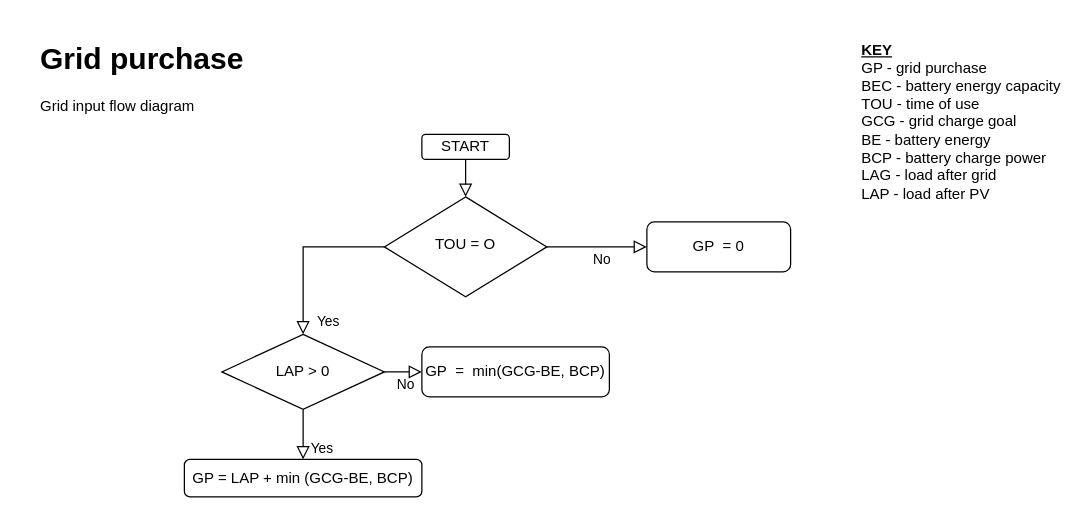
This is page "gridPurchase" (1 of 4) of offGridSimulator.drawio from hanbu62/diagrams, a draw.io file, before an edit. Source tidied: cells renumbered, new cells numbered last; positions are measured from the earlier drawing's top-left corner, leaving out a move shared by most shapes. Both pictures are drawn from the tidied source at 125%, with x=0, y=0 at pixel (34, 34).
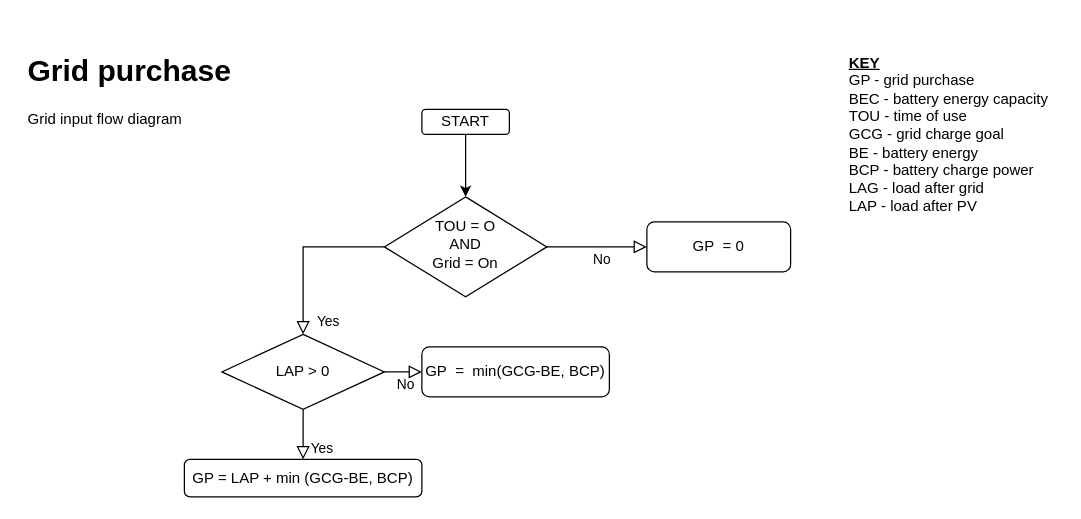
After the change.

What changed in the source:
```diff
@@
 <mxGraphModel>
   <root>
     <mxCell id="0" />
     <mxCell id="1" parent="0" />
-    <mxCell id="2" style="rounded=0;html=1;jettySize=auto;fontSize=11;endArrow=block;endFill=0;endSize=8;strokeWidth=1;shadow=0;labelBackgroundColor=none;edgeStyle=orthogonalEdgeStyle;exitX=0.5;exitY=1;exitDx=0;exitDy=0;" parent="1" edge="1" source="8" target="5">
-      <mxGeometry relative="1" as="geometry" />
-    </mxCell>
     <mxCell id="3" value="Yes" style="rounded=0;html=1;jettySize=auto;fontSize=11;endArrow=block;endFill=0;endSize=8;strokeWidth=1;shadow=0;labelBackgroundColor=none;edgeStyle=orthogonalEdgeStyle;entryX=0.5;entryY=0;entryDx=0;entryDy=0;exitX=0;exitY=0.5;exitDx=0;exitDy=0;" parent="1" edge="1" source="5" target="7">
       <mxGeometry x="0.85" y="20" relative="1" as="geometry">
         <Array as="points">
           <mxPoint x="215" y="170" />
         </Array>
       </mxGeometry>
     </mxCell>
     <mxCell id="4" value="No" style="edgeStyle=orthogonalEdgeStyle;rounded=0;html=1;jettySize=auto;fontSize=11;endArrow=block;endFill=0;endSize=8;strokeWidth=1;shadow=0;labelBackgroundColor=none;exitX=1;exitY=0.5;exitDx=0;exitDy=0;entryX=0;entryY=0.5;entryDx=0;entryDy=0;" parent="1" edge="1" source="5" target="9">
       <mxGeometry x="0.11" y="-10" relative="1" as="geometry" />
     </mxCell>
-    <mxCell id="5" value="TOU = O" style="rhombus;whiteSpace=wrap;html=1;shadow=0;fontFamily=Helvetica;fontSize=12;align=center;strokeWidth=1;spacing=6;spacingTop=-4;" parent="1" vertex="1">
+    <mxCell id="5" value="TOU = O&lt;br&gt;AND&lt;br&gt;Grid = On" style="rhombus;whiteSpace=wrap;html=1;shadow=0;fontFamily=Helvetica;fontSize=12;align=center;strokeWidth=1;spacing=6;spacingTop=-4;" parent="1" vertex="1">
       <mxGeometry x="280" y="130" width="130" height="80" as="geometry" />
     </mxCell>
     <mxCell id="6" value="Yes" style="edgeStyle=none;rounded=0;jettySize=auto;html=1;endArrow=block;endFill=0;startSize=6;endSize=8;" parent="1" edge="1" source="7" target="12">
       <mxGeometry x="0.56" y="15" relative="1" as="geometry" />
     </mxCell>
     <mxCell id="7" value="LAP &amp;gt; 0" style="rhombus;whiteSpace=wrap;html=1;" parent="1" vertex="1">
       <mxGeometry x="150" y="240" width="130" height="60" as="geometry" />
     </mxCell>
+    <mxCell id="15" style="edgeStyle=orthogonalEdgeStyle;rounded=0;jettySize=auto;html=1;" parent="1" edge="1" source="8">
+      <mxGeometry relative="1" as="geometry">
+        <mxPoint x="345" y="130" as="targetPoint" />
+      </mxGeometry>
+    </mxCell>
     <mxCell id="8" value="START" style="rounded=1;whiteSpace=wrap;html=1;" parent="1" vertex="1">
-      <mxGeometry x="310" y="80" width="70" height="20" as="geometry" />
+      <mxGeometry x="310" y="60" width="70" height="20" as="geometry" />
     </mxCell>
     <mxCell id="9" value="GP&amp;nbsp; = 0" style="rounded=1;whiteSpace=wrap;html=1;" parent="1" vertex="1">
       <mxGeometry x="490" y="150" width="115" height="40" as="geometry" />
     </mxCell>
     <mxCell id="10" value="No" style="edgeStyle=orthogonalEdgeStyle;rounded=0;html=1;jettySize=auto;fontSize=11;endArrow=block;endFill=0;endSize=8;strokeWidth=1;shadow=0;labelBackgroundColor=none;exitX=1;exitY=0.5;exitDx=0;exitDy=0;entryX=0;entryY=0.5;entryDx=0;entryDy=0;" parent="1" edge="1" source="7" target="11">
       <mxGeometry x="0.11" y="-10" relative="1" as="geometry" />
     </mxCell>
     <mxCell id="11" value="GP&amp;nbsp; =&amp;nbsp; min(GCG-BE, BCP)" style="rounded=1;whiteSpace=wrap;html=1;" parent="1" vertex="1">
       <mxGeometry x="310" y="250" width="150" height="40" as="geometry" />
     </mxCell>
     <mxCell id="12" value="GP = LAP + min (GCG-BE, BCP)" style="rounded=1;whiteSpace=wrap;html=1;" parent="1" vertex="1">
       <mxGeometry x="120" y="340" width="190" height="30" as="geometry" />
     </mxCell>
     <mxCell id="13" value="&lt;h1&gt;Grid purchase&lt;/h1&gt;&lt;p&gt;Grid input flow diagram&lt;/p&gt;" style="text;html=1;strokeColor=none;fillColor=none;spacing=5;spacingTop=-20;whiteSpace=wrap;overflow=hidden;rounded=0;" parent="1" vertex="1">
-      <mxGeometry width="190" height="120" as="geometry" />
+      <mxGeometry x="-10" y="10" width="190" height="120" as="geometry" />
     </mxCell>
     <mxCell id="14" value="&lt;b&gt;&lt;u&gt;KEY&lt;/u&gt;&lt;/b&gt;&lt;br&gt;GP - grid purchase&lt;br&gt;BEC - battery energy capacity&lt;br&gt;TOU - time of use&lt;br&gt;GCG - grid charge goal&lt;br&gt;BE - battery energy&amp;nbsp;&lt;br&gt;BCP - battery charge power&lt;br&gt;LAG - load after grid&lt;br&gt;LAP - load after PV" style="text;html=1;align=left;verticalAlign=middle;strokeColor=none;fillColor=none;" parent="1" vertex="1">
-      <mxGeometry x="660" y="5" width="160" height="130" as="geometry" />
+      <mxGeometry x="650" y="15" width="160" height="130" as="geometry" />
     </mxCell>
   </root>
 </mxGraphModel>
```
